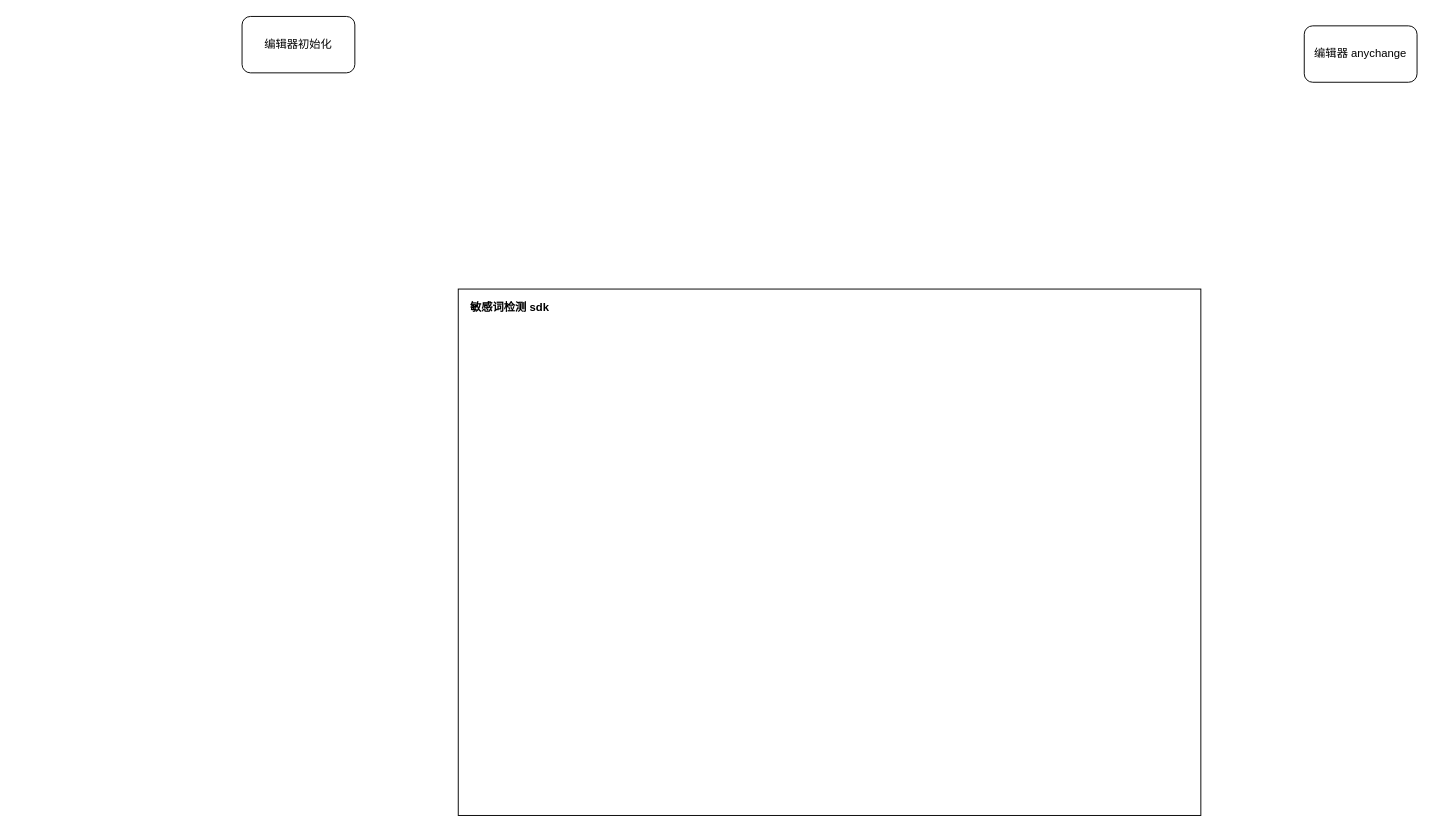
Earlier version of the draw.io diagram worker/ka 敏感词检测.drawio (TNT-Likely/diagrams). Source tidied: cells renumbered, new cells numbered last; positions are measured from the earlier drawing's top-left corner, leaving out a move shared by most shapes. Both pictures are drawn from the tidied source at 94%, with x=0, y=0 at pixel (242, 16).
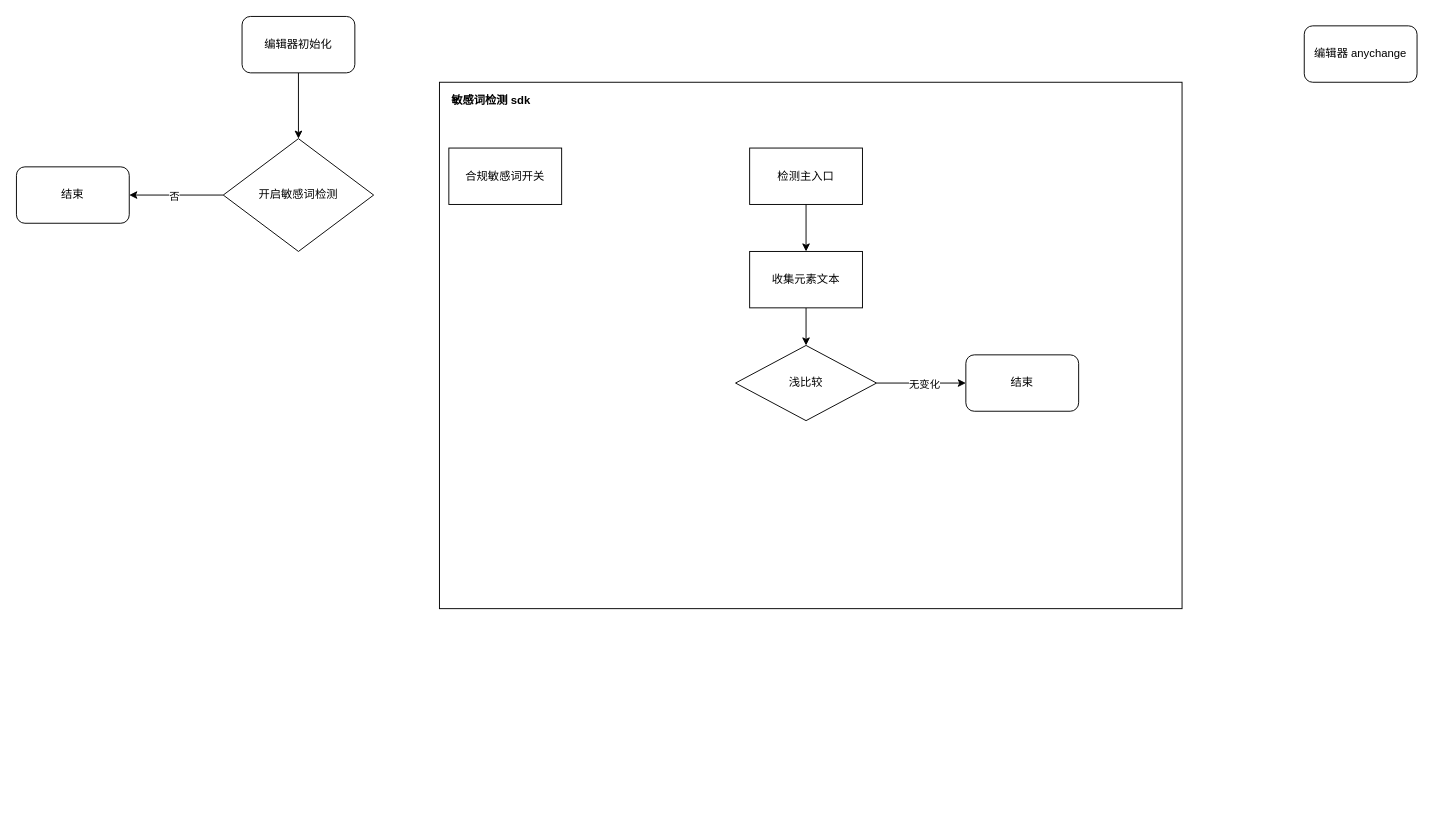
After the change.

Commit message (it also covers changes not shown here):
更新ka 敏感词检测.drawio

Change to the diagram source:
```diff
@@
+    <mxCell id="6" style="edgeStyle=orthogonalEdgeStyle;rounded=0;jettySize=auto;html=1;" parent="1" edge="1" source="4" target="19">
+      <mxGeometry relative="1" as="geometry" />
+    </mxCell>
+    <mxCell id="4" value="编辑器初始化" style="rounded=1;whiteSpace=wrap;html=1;" parent="1" vertex="1">
+      <mxGeometry width="120" height="60" as="geometry" />
+    </mxCell>
+    <mxCell id="5" value="编辑器 anychange" style="rounded=1;whiteSpace=wrap;html=1;" parent="1" vertex="1">
+      <mxGeometry x="1130" y="10" width="120" height="60" as="geometry" />
+    </mxCell>
+    <mxCell id="7" style="group;" parent="1" vertex="1">
+      <mxGeometry x="210" y="70" width="790" height="560" as="geometry" />
+    </mxCell>
-    <mxCell id="2" style="rounded=0;whiteSpace=wrap;html=1;" parent="1" vertex="1">
-      <mxGeometry x="230" y="290" width="790" height="560" as="geometry" />
+    <mxCell id="2" style="rounded=0;whiteSpace=wrap;html=1;" parent="7" vertex="1">
+      <mxGeometry width="790" height="560" as="geometry" />
     </mxCell>
-    <mxCell id="3" value="敏感词检测 sdk" style="text;html=1;strokeColor=none;fillColor=none;align=center;verticalAlign=middle;whiteSpace=wrap;rounded=0;fontStyle=1;fontSize=12;" parent="1" vertex="1">
-      <mxGeometry x="240" y="300" width="90" height="20" as="geometry" />
+    <mxCell id="3" value="敏感词检测 sdk" style="text;html=1;strokeColor=none;fillColor=none;align=center;verticalAlign=middle;whiteSpace=wrap;rounded=0;fontStyle=1;fontSize=12;" parent="7" vertex="1">
+      <mxGeometry x="10" y="10" width="90" height="20" as="geometry" />
     </mxCell>
-    <mxCell id="4" value="编辑器初始化" style="rounded=1;whiteSpace=wrap;html=1;" parent="1" vertex="1">
-      <mxGeometry width="120" height="60" as="geometry" />
-    </mxCell>
-    <mxCell id="5" value="编辑器 anychange" style="rounded=1;whiteSpace=wrap;html=1;" parent="1" vertex="1">
-      <mxGeometry x="1130" y="10" width="120" height="60" as="geometry" />
-    </mxCell>
+    <mxCell id="8" value="合规敏感词开关" style="rounded=0;whiteSpace=wrap;html=1;" parent="7" vertex="1">
+      <mxGeometry x="10" y="70" width="120" height="60" as="geometry" />
+    </mxCell>
+    <mxCell id="9" value="检测主入口" style="rounded=0;whiteSpace=wrap;html=1;" parent="7" vertex="1">
+      <mxGeometry x="330" y="70" width="120" height="60" as="geometry" />
+    </mxCell>
+    <mxCell id="10" style="edgeStyle=orthogonalEdgeStyle;rounded=0;jettySize=auto;html=1;" parent="7" edge="1" source="11" target="15">
+      <mxGeometry relative="1" as="geometry" />
+    </mxCell>
+    <mxCell id="11" value="收集元素文本" style="rounded=0;whiteSpace=wrap;html=1;" parent="7" vertex="1">
+      <mxGeometry x="330" y="180" width="120" height="60" as="geometry" />
+    </mxCell>
+    <mxCell id="12" style="edgeStyle=orthogonalEdgeStyle;rounded=0;jettySize=auto;html=1;" parent="7" edge="1" source="9" target="11">
+      <mxGeometry relative="1" as="geometry" />
+    </mxCell>
+    <mxCell id="13" style="edgeStyle=orthogonalEdgeStyle;rounded=0;jettySize=auto;html=1;" parent="7" edge="1" source="15" target="16">
+      <mxGeometry relative="1" as="geometry" />
+    </mxCell>
+    <mxCell id="14" value="无变化" style="edgeLabel;html=1;align=center;verticalAlign=middle;" parent="13" vertex="1">
+      <mxGeometry x="0.05" y="-1" relative="1" as="geometry" />
+    </mxCell>
+    <mxCell id="15" value="浅比较" style="rhombus;whiteSpace=wrap;html=1;" parent="7" vertex="1">
+      <mxGeometry x="315" y="280" width="150" height="80" as="geometry" />
+    </mxCell>
+    <mxCell id="16" value="结束" style="rounded=1;whiteSpace=wrap;html=1;" parent="7" vertex="1">
+      <mxGeometry x="560" y="290" width="120" height="60" as="geometry" />
+    </mxCell>
+    <mxCell id="17" style="edgeStyle=orthogonalEdgeStyle;rounded=0;jettySize=auto;html=1;" parent="1" edge="1" source="19" target="20">
+      <mxGeometry relative="1" as="geometry" />
+    </mxCell>
+    <mxCell id="18" value="否" style="edgeLabel;html=1;align=center;verticalAlign=middle;" parent="17" vertex="1">
+      <mxGeometry x="0.06" y="1" relative="1" as="geometry" />
+    </mxCell>
+    <mxCell id="19" value="开启敏感词检测" style="rhombus;whiteSpace=wrap;html=1;" parent="1" vertex="1">
+      <mxGeometry x="-20" y="130" width="160" height="120" as="geometry" />
+    </mxCell>
+    <mxCell id="20" value="结束" style="rounded=1;whiteSpace=wrap;html=1;" parent="1" vertex="1">
+      <mxGeometry x="-240" y="160" width="120" height="60" as="geometry" />
+    </mxCell>
```
